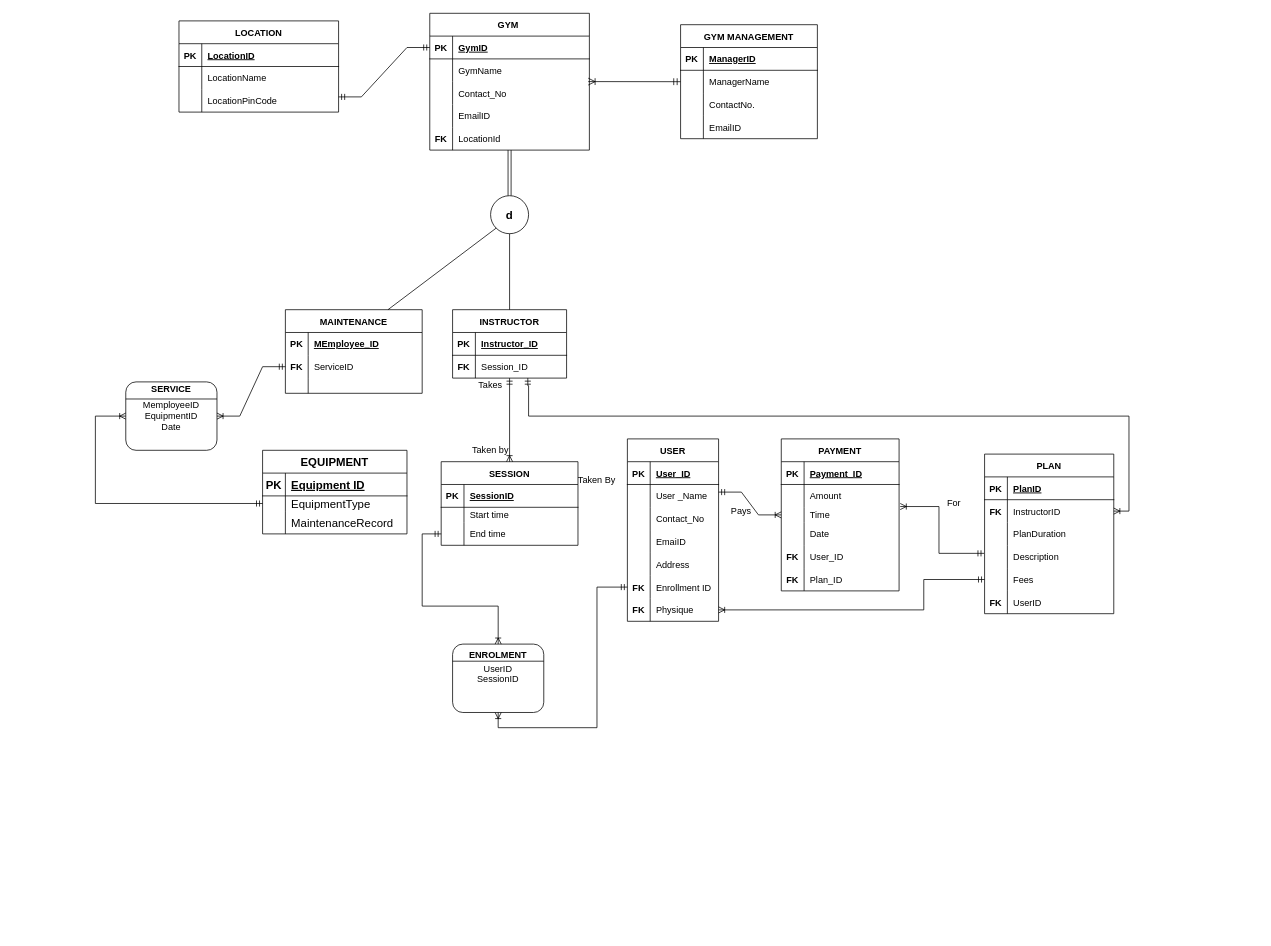
Above: Gym_Management_ERD.drawio in Tharunip/DAMG6210_PROJECT11 (draw.io), before the change. Source tidied: cells renumbered, new cells numbered last; positions are measured from the earlier drawing's top-left corner, leaving out a move shared by most shapes. Both pictures are drawn from the tidied source at 76%, with x=0, y=0 at pixel (95, 13).
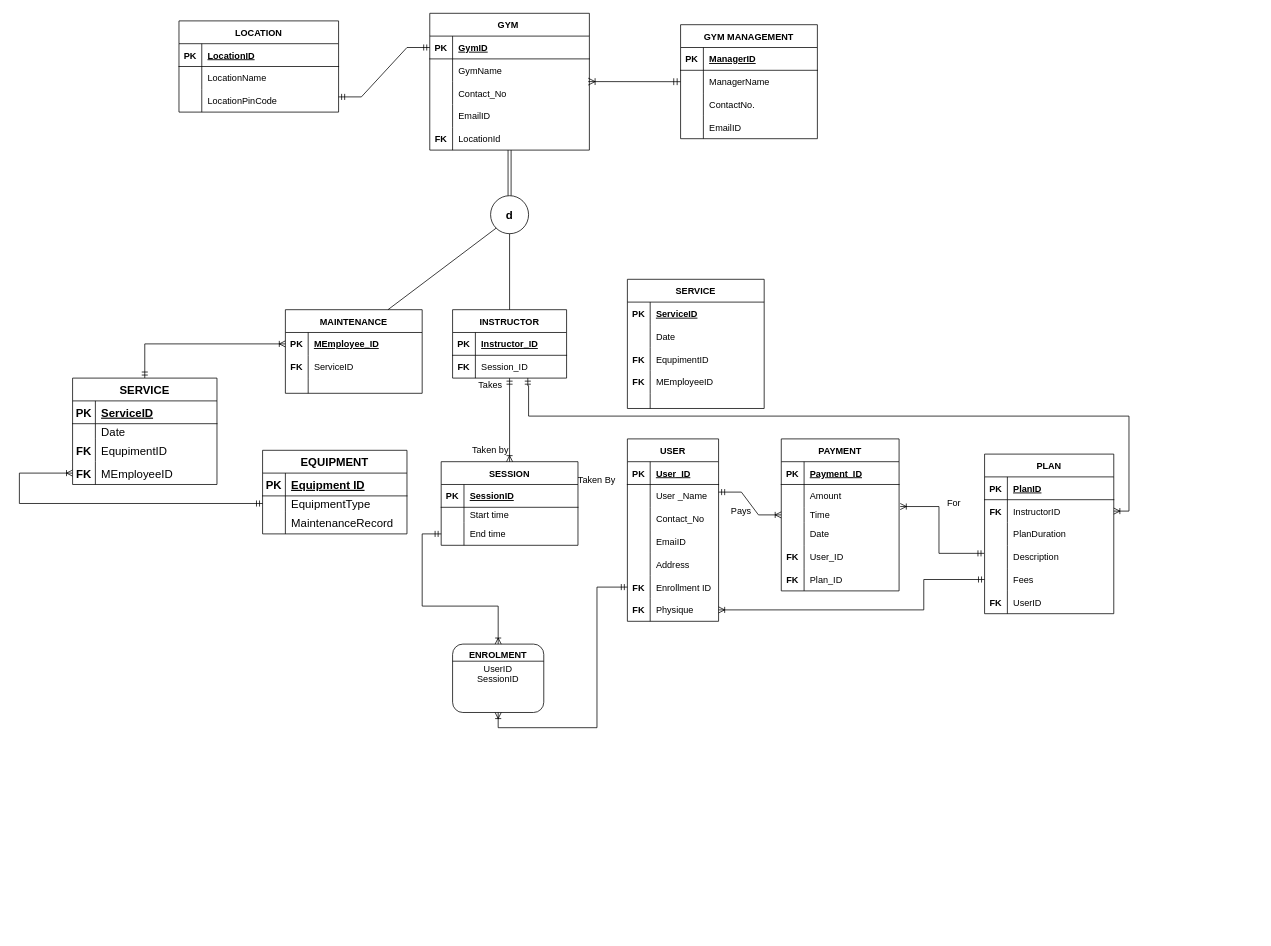
The same page after the edit.

Unchanged cells that the change refers to:
```xml
<mxCell id="114" style="shape=tableRow;horizontal=0;startSize=0;swimlaneHead=0;swimlaneBody=0;fillColor=none;points=[[0,0.5],[1,0.5]];portConstraint=eastwest;top=0;left=0;right=0;bottom=0;fontStyle=1;" parent="113" vertex="1">
  <mxGeometry y="30" width="180" height="30" as="geometry" />
</mxCell>
<mxCell id="117" style="shape=tableRow;horizontal=0;startSize=0;swimlaneHead=0;swimlaneBody=0;fillColor=none;points=[[0,0.5],[1,0.5]];portConstraint=eastwest;top=0;left=0;right=0;bottom=0;" parent="113" vertex="1">
  <mxGeometry y="60" width="180" height="30" as="geometry" />
</mxCell>
<mxCell id="133" style="shape=tableRow;horizontal=0;startSize=0;swimlaneHead=0;swimlaneBody=0;fillColor=none;points=[[0,0.5],[1,0.5]];portConstraint=eastwest;top=0;left=0;right=0;bottom=0;fontSize=15;" parent="129" vertex="1">
  <mxGeometry y="60" width="190" height="20" as="geometry" />
</mxCell>
```

Change to the diagram source:
```diff
@@
+    <mxCell id="175" style="fontSize=12;html=1;endArrow=ERoneToMany;startArrow=ERmandOne;rounded=0;exitX=0.5;exitY=0;exitDx=0;exitDy=0;elbow=vertical;entryX=0;entryY=0.5;entryDx=0;entryDy=0;" parent="1" edge="1" source="192" target="114">
+      <mxGeometry relative="1" as="geometry">
+        <Array as="points">
+          <mxPoint x="65" y="435" />
+        </Array>
+      </mxGeometry>
+    </mxCell>
@@
-    <mxCell id="152" value="MemployeeID&lt;br&gt;EquipmentID&lt;br&gt;Date&lt;br&gt;" style="rounded=1;whiteSpace=wrap;html=1;" parent="1" vertex="1">
-      <mxGeometry x="40" y="485" width="120" height="90" as="geometry" />
-    </mxCell>
@@
-    <mxCell id="156" value="&lt;b&gt;SERVICE&lt;/b&gt;" style="text;html=1;strokeColor=none;fillColor=none;align=center;verticalAlign=middle;whiteSpace=wrap;rounded=0;" parent="1" vertex="1">
-      <mxGeometry x="70" y="480" width="60" height="30" as="geometry" />
-    </mxCell>
-    <mxCell id="157" style="endArrow=none;html=1;rounded=0;exitX=0;exitY=0.25;exitDx=0;exitDy=0;entryX=1;entryY=0.25;entryDx=0;entryDy=0;" parent="1" edge="1" source="152" target="152">
-      <mxGeometry relative="1" as="geometry" />
-    </mxCell>
-    <mxCell id="158" style="edgeStyle=entityRelationEdgeStyle;fontSize=12;html=1;endArrow=ERoneToMany;startArrow=ERmandOne;rounded=0;exitX=0;exitY=0.5;exitDx=0;exitDy=0;entryX=1;entryY=0.5;entryDx=0;entryDy=0;" parent="1" edge="1" source="117" target="152">
-      <mxGeometry relative="1" as="geometry" />
-    </mxCell>
-    <mxCell id="159" style="edgeStyle=elbowEdgeStyle;fontSize=12;html=1;endArrow=ERoneToMany;startArrow=ERmandOne;rounded=0;entryX=0;entryY=0.5;entryDx=0;entryDy=0;exitX=0;exitY=0.5;exitDx=0;exitDy=0;" parent="1" edge="1" source="133" target="152">
+    <mxCell id="159" style="edgeStyle=elbowEdgeStyle;fontSize=12;html=1;endArrow=ERoneToMany;startArrow=ERmandOne;rounded=0;exitX=0;exitY=0.5;exitDx=0;exitDy=0;entryX=0;entryY=0.5;entryDx=0;entryDy=0;" parent="1" edge="1" source="133" target="202">
       <mxGeometry relative="1" as="geometry">
         <Array as="points">
-          <mxPoint y="590" />
+          <mxPoint x="-100" y="650" />
         </Array>
       </mxGeometry>
     </mxCell>
@@
+    <mxCell id="176" value="SERVICE" style="shape=table;startSize=30;childLayout=tableLayout;rowLines=0;fontStyle=1;align=center;" parent="1" vertex="1">
+      <mxGeometry x="700" y="350" width="180" height="170" as="geometry" />
+    </mxCell>
+    <mxCell id="177" style="shape=tableRow;horizontal=0;startSize=0;swimlaneHead=0;swimlaneBody=0;fillColor=none;top=0;left=0;right=0;bottom=0;fontStyle=1;" parent="176" vertex="1">
+      <mxGeometry y="30" width="180" height="30" as="geometry" />
+    </mxCell>
+    <mxCell id="178" value="PK" style="shape=partialRectangle;fillColor=none;top=0;left=0;bottom=0;right=0;overflow=hidden;fontStyle=1;" parent="177" vertex="1">
+      <mxGeometry width="30" height="30" as="geometry" />
+    </mxCell>
+    <mxCell id="179" value="ServiceID" style="shape=partialRectangle;fillColor=none;top=0;left=0;bottom=0;right=0;align=left;spacingLeft=6;overflow=hidden;fontStyle=5;" parent="177" vertex="1">
+      <mxGeometry x="30" width="150" height="30" as="geometry" />
+    </mxCell>
+    <mxCell id="180" style="shape=tableRow;horizontal=0;startSize=0;swimlaneHead=0;swimlaneBody=0;fillColor=none;top=0;left=0;right=0;bottom=0;" parent="176" vertex="1">
+      <mxGeometry y="60" width="180" height="30" as="geometry" />
+    </mxCell>
+    <mxCell id="181" style="shape=partialRectangle;fillColor=none;top=0;left=0;bottom=0;right=0;overflow=hidden;fontStyle=1;" parent="180" vertex="1">
+      <mxGeometry width="30" height="30" as="geometry" />
+    </mxCell>
+    <mxCell id="182" value="Date" style="shape=partialRectangle;fillColor=none;top=0;left=0;bottom=0;right=0;align=left;spacingLeft=6;overflow=hidden;" parent="180" vertex="1">
+      <mxGeometry x="30" width="150" height="30" as="geometry" />
+    </mxCell>
+    <mxCell id="183" style="shape=tableRow;horizontal=0;startSize=0;swimlaneHead=0;swimlaneBody=0;fillColor=none;top=0;left=0;right=0;bottom=0;" parent="176" vertex="1">
+      <mxGeometry y="90" width="180" height="30" as="geometry" />
+    </mxCell>
+    <mxCell id="184" value="FK" style="shape=partialRectangle;fillColor=none;top=0;left=0;bottom=0;right=0;overflow=hidden;fontStyle=1;" parent="183" vertex="1">
+      <mxGeometry width="30" height="30" as="geometry" />
+    </mxCell>
+    <mxCell id="185" value="EqupimentID" style="shape=partialRectangle;fillColor=none;top=0;left=0;bottom=0;right=0;align=left;spacingLeft=6;overflow=hidden;" parent="183" vertex="1">
+      <mxGeometry x="30" width="150" height="30" as="geometry" />
+    </mxCell>
+    <mxCell id="186" style="shape=tableRow;horizontal=0;startSize=0;swimlaneHead=0;swimlaneBody=0;fillColor=none;top=0;left=0;right=0;bottom=0;" parent="176" vertex="1">
+      <mxGeometry y="120" width="180" height="30" as="geometry" />
+    </mxCell>
+    <mxCell id="187" value="FK" style="shape=partialRectangle;fillColor=none;top=0;left=0;bottom=0;right=0;overflow=hidden;fontStyle=1;" parent="186" vertex="1">
+      <mxGeometry width="30" height="30" as="geometry" />
+    </mxCell>
+    <mxCell id="188" value="MEmployeeID" style="shape=partialRectangle;fillColor=none;top=0;left=0;bottom=0;right=0;align=left;spacingLeft=6;overflow=hidden;" parent="186" vertex="1">
+      <mxGeometry x="30" width="150" height="30" as="geometry" />
+    </mxCell>
+    <mxCell id="189" style="shape=tableRow;horizontal=0;startSize=0;swimlaneHead=0;swimlaneBody=0;fillColor=none;top=0;left=0;right=0;bottom=0;" parent="176" vertex="1">
+      <mxGeometry y="150" width="180" height="20" as="geometry" />
+    </mxCell>
+    <mxCell id="190" style="shape=partialRectangle;fillColor=none;top=0;left=0;bottom=0;right=0;overflow=hidden;" parent="189" vertex="1">
+      <mxGeometry width="30" height="20" as="geometry" />
+    </mxCell>
+    <mxCell id="191" style="shape=partialRectangle;fillColor=none;top=0;left=0;bottom=0;right=0;align=left;spacingLeft=6;overflow=hidden;" parent="189" vertex="1">
+      <mxGeometry x="30" width="150" height="20" as="geometry" />
+    </mxCell>
+    <mxCell id="192" value="SERVICE" style="shape=table;startSize=30;childLayout=tableLayout;rowLines=0;fontStyle=1;align=center;fontSize=15;" parent="1" vertex="1">
+      <mxGeometry x="-30" y="480" width="190" height="140" as="geometry" />
+    </mxCell>
+    <mxCell id="193" style="shape=tableRow;horizontal=0;startSize=0;swimlaneHead=0;swimlaneBody=0;fillColor=none;top=0;left=0;right=0;bottom=1;fontSize=15;" parent="192" vertex="1">
+      <mxGeometry y="30" width="190" height="30" as="geometry" />
+    </mxCell>
+    <mxCell id="194" value="PK" style="shape=partialRectangle;fillColor=none;top=0;left=0;bottom=0;right=0;fontStyle=1;overflow=hidden;fontSize=15;" parent="193" vertex="1">
+      <mxGeometry width="30" height="30" as="geometry" />
+    </mxCell>
+    <mxCell id="195" value="ServiceID" style="shape=partialRectangle;fillColor=none;top=0;left=0;bottom=0;right=0;align=left;spacingLeft=6;fontStyle=5;overflow=hidden;fontSize=15;" parent="193" vertex="1">
+      <mxGeometry x="30" width="160" height="30" as="geometry" />
+    </mxCell>
+    <mxCell id="196" style="shape=tableRow;horizontal=0;startSize=0;swimlaneHead=0;swimlaneBody=0;fillColor=none;top=0;left=0;right=0;bottom=0;fontSize=15;" parent="192" vertex="1">
+      <mxGeometry y="60" width="190" height="20" as="geometry" />
+    </mxCell>
+    <mxCell id="197" style="shape=partialRectangle;fillColor=none;top=0;left=0;bottom=0;right=0;overflow=hidden;fontSize=15;" parent="196" vertex="1">
+      <mxGeometry width="30" height="20" as="geometry" />
+    </mxCell>
+    <mxCell id="198" value="Date" style="shape=partialRectangle;fillColor=none;top=0;left=0;bottom=0;right=0;align=left;spacingLeft=6;overflow=hidden;fontSize=15;" parent="196" vertex="1">
+      <mxGeometry x="30" width="160" height="20" as="geometry" />
+    </mxCell>
+    <mxCell id="199" style="shape=tableRow;horizontal=0;startSize=0;swimlaneHead=0;swimlaneBody=0;fillColor=none;top=0;left=0;right=0;bottom=0;fontSize=15;" parent="192" vertex="1">
+      <mxGeometry y="80" width="190" height="30" as="geometry" />
+    </mxCell>
+    <mxCell id="200" value="FK" style="shape=partialRectangle;fillColor=none;top=0;left=0;bottom=0;right=0;overflow=hidden;fontSize=15;fontStyle=1;" parent="199" vertex="1">
+      <mxGeometry width="30" height="30" as="geometry" />
+    </mxCell>
+    <mxCell id="201" value="EqupimentID" style="shape=partialRectangle;fillColor=none;top=0;left=0;bottom=0;right=0;align=left;spacingLeft=6;overflow=hidden;fontSize=15;" parent="199" vertex="1">
+      <mxGeometry x="30" width="160" height="30" as="geometry" />
+    </mxCell>
+    <mxCell id="202" style="shape=tableRow;horizontal=0;startSize=0;swimlaneHead=0;swimlaneBody=0;fillColor=none;points=[[0,0.5],[1,0.5]];portConstraint=eastwest;top=0;left=0;right=0;bottom=0;fontSize=15;" parent="192" vertex="1">
+      <mxGeometry y="110" width="190" height="30" as="geometry" />
+    </mxCell>
+    <mxCell id="203" value="FK" style="shape=partialRectangle;fillColor=none;top=0;left=0;bottom=0;right=0;overflow=hidden;fontSize=15;fontStyle=1;" parent="202" vertex="1">
+      <mxGeometry width="30" height="30" as="geometry" />
+    </mxCell>
+    <mxCell id="204" value="MEmployeeID" style="shape=partialRectangle;fillColor=none;top=0;left=0;bottom=0;right=0;align=left;spacingLeft=6;overflow=hidden;fontSize=15;" parent="202" vertex="1">
+      <mxGeometry x="30" width="160" height="30" as="geometry" />
+    </mxCell>
```
